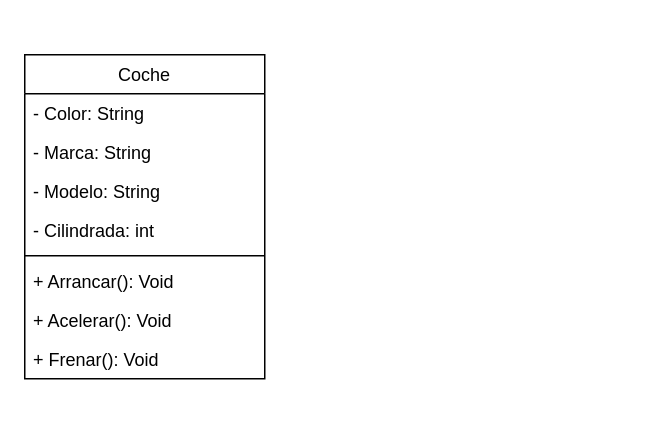
The draw.io diagram Diagrama de clases/DClase-coche.drawio in GRMiguelAngel/ETS, before the edit. Source tidied: cells renumbered, new cells numbered last; positions are measured from the earlier drawing's top-left corner, leaving out a move shared by most shapes. Both pictures are drawn from the tidied source at 150%, with x=0, y=0 at pixel (24, 54).
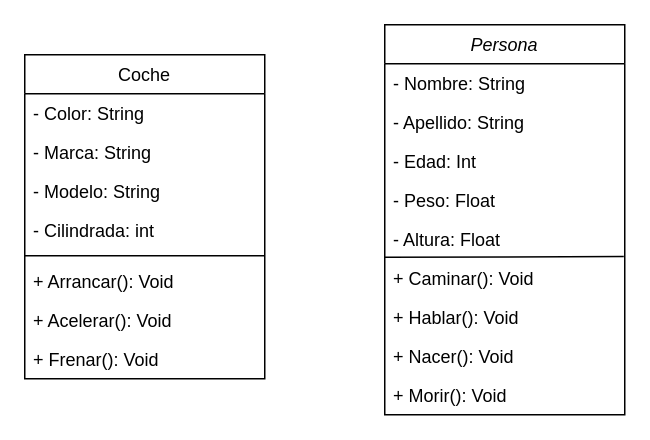
Above is the later version.

Change to the diagram source:
```diff
@@
+    <mxCell id="11" value="Persona" style="swimlane;fontStyle=2;align=center;verticalAlign=top;horizontal=1;startSize=26;rounded=0;shadow=0;strokeWidth=1;" parent="1" vertex="1">
+      <mxGeometry x="240" y="-20" width="160" height="260" as="geometry" />
+    </mxCell>
+    <mxCell id="12" value="- Nombre: String" style="text;align=left;verticalAlign=top;spacingLeft=4;spacingRight=4;overflow=hidden;" parent="11" vertex="1">
+      <mxGeometry y="26" width="160" height="26" as="geometry" />
+    </mxCell>
+    <mxCell id="13" value="- Apellido: String" style="text;align=left;verticalAlign=top;spacingLeft=4;spacingRight=4;overflow=hidden;rounded=0;shadow=0;html=0;" parent="11" vertex="1">
+      <mxGeometry y="52" width="160" height="26" as="geometry" />
+    </mxCell>
+    <mxCell id="14" value="- Edad: Int" style="text;align=left;verticalAlign=top;spacingLeft=4;spacingRight=4;overflow=hidden;rounded=0;shadow=0;html=0;" parent="11" vertex="1">
+      <mxGeometry y="78" width="160" height="26" as="geometry" />
+    </mxCell>
+    <mxCell id="15" value="- Peso: Float" style="text;align=left;verticalAlign=top;spacingLeft=4;spacingRight=4;overflow=hidden;" parent="11" vertex="1">
+      <mxGeometry y="104" width="160" height="26" as="geometry" />
+    </mxCell>
+    <mxCell id="16" value="- Altura: Float" style="text;align=left;verticalAlign=top;spacingLeft=4;spacingRight=4;overflow=hidden;rounded=0;shadow=0;html=0;" parent="11" vertex="1">
+      <mxGeometry y="130" width="160" height="26" as="geometry" />
+    </mxCell>
+    <mxCell id="17" style="endArrow=none;html=1;rounded=0;entryX=0.996;entryY=-0.055;entryDx=0;entryDy=0;entryPerimeter=0;" parent="11" edge="1" target="18">
+      <mxGeometry relative="1" as="geometry">
+        <mxPoint y="155" as="sourcePoint" />
+      </mxGeometry>
+    </mxCell>
+    <mxCell id="18" value="+ Caminar(): Void" style="text;align=left;verticalAlign=top;spacingLeft=4;spacingRight=4;overflow=hidden;points=[[0,0.5],[1,0.5]];portConstraint=eastwest;rounded=0;shadow=0;html=0;" parent="11" vertex="1">
+      <mxGeometry y="156" width="160" height="26" as="geometry" />
+    </mxCell>
+    <mxCell id="19" value="+ Hablar(): Void" style="text;align=left;verticalAlign=top;spacingLeft=4;spacingRight=4;overflow=hidden;rounded=0;shadow=0;html=0;" parent="11" vertex="1">
+      <mxGeometry y="182" width="160" height="26" as="geometry" />
+    </mxCell>
+    <mxCell id="20" value="+ Nacer(): Void" style="text;align=left;verticalAlign=top;spacingLeft=4;spacingRight=4;overflow=hidden;rounded=0;shadow=0;html=0;" parent="11" vertex="1">
+      <mxGeometry y="208" width="160" height="26" as="geometry" />
+    </mxCell>
+    <mxCell id="21" value="+ Morir(): Void" style="text;align=left;verticalAlign=top;spacingLeft=4;spacingRight=4;overflow=hidden;rounded=0;shadow=0;html=0;" parent="11" vertex="1">
+      <mxGeometry y="234" width="160" height="26" as="geometry" />
+    </mxCell>
```
